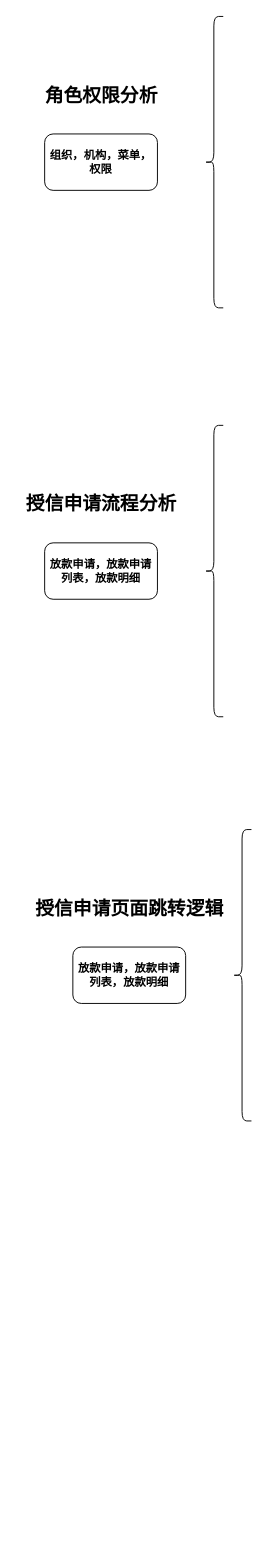
This is 宇信授信系统.drawio from yujiabin-fooler/java-architecture-diagram, a draw.io file, before an edit. Source tidied: cells renumbered, new cells numbered last; positions are measured from the earlier drawing's top-left corner, leaving out a move shared by most shapes. Both pictures are drawn from the tidied source at 94%, with x=0, y=0 at pixel (16, 16).
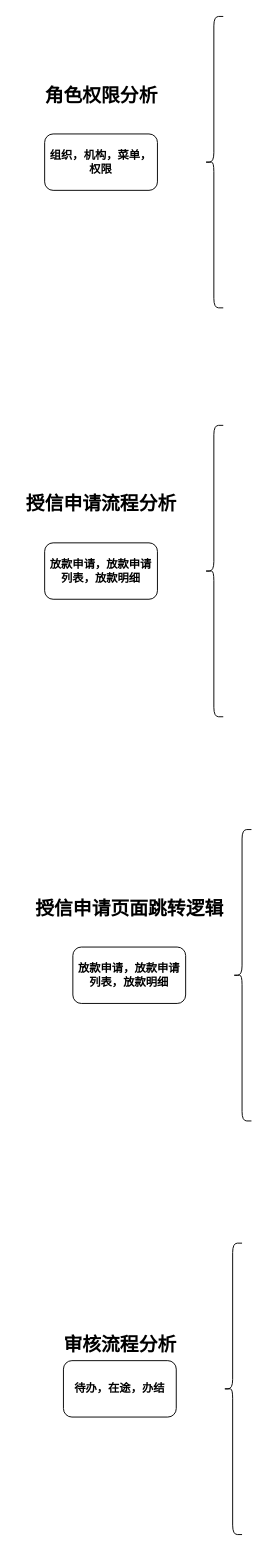
After the change.

Commit message:
更新宇信授信系统.drawio

The edit, as a diff of the source:
```diff
@@
 <mxGraphModel>
   <root>
     <mxCell id="0" />
     <mxCell id="1" parent="0" />
     <mxCell id="2" value="&lt;b&gt;&lt;font style=&quot;font-size: 20px;&quot;&gt;角色权限分析&lt;/font&gt;&lt;/b&gt;&lt;div&gt;&lt;b&gt;&lt;font style=&quot;font-size: 20px;&quot;&gt;&lt;br&gt;&lt;/font&gt;&lt;/b&gt;&lt;/div&gt;&lt;div&gt;&lt;b&gt;&lt;font style=&quot;font-size: 20px;&quot;&gt;&lt;br&gt;&lt;/font&gt;&lt;/b&gt;&lt;/div&gt;&lt;div&gt;&lt;br&gt;&lt;/div&gt;" style="text;html=1;align=center;verticalAlign=middle;strokeColor=none;fillColor=none;" parent="1" vertex="1">
       <mxGeometry x="20" y="65" width="140" height="100" as="geometry" />
     </mxCell>
     <mxCell id="3" value="&lt;b&gt;组织，机构，菜单，权限&lt;/b&gt;" style="rounded=1;whiteSpace=wrap;html=1;" parent="1" vertex="1">
       <mxGeometry x="30" y="125" width="120" height="60" as="geometry" />
     </mxCell>
     <mxCell id="4" style="shape=curlyBracket;whiteSpace=wrap;html=1;rounded=1;labelPosition=left;verticalLabelPosition=middle;align=right;verticalAlign=middle;" parent="1" vertex="1">
       <mxGeometry x="200" width="20" height="310" as="geometry" />
     </mxCell>
     <mxCell id="5" value="&lt;b&gt;&lt;font style=&quot;font-size: 20px;&quot;&gt;授信申请流程分析&lt;/font&gt;&lt;/b&gt;&lt;div&gt;&lt;b&gt;&lt;font style=&quot;font-size: 20px;&quot;&gt;&lt;br&gt;&lt;/font&gt;&lt;/b&gt;&lt;/div&gt;&lt;div&gt;&lt;b&gt;&lt;font style=&quot;font-size: 20px;&quot;&gt;&lt;br&gt;&lt;/font&gt;&lt;/b&gt;&lt;/div&gt;&lt;div&gt;&lt;br&gt;&lt;/div&gt;" style="text;html=1;align=center;verticalAlign=middle;strokeColor=none;fillColor=none;" parent="1" vertex="1">
       <mxGeometry y="500" width="180" height="100" as="geometry" />
     </mxCell>
     <mxCell id="6" value="&lt;b&gt;放款申请，放款申请列表，放款明细&lt;/b&gt;" style="rounded=1;whiteSpace=wrap;html=1;" parent="1" vertex="1">
       <mxGeometry x="30" y="560" width="120" height="60" as="geometry" />
     </mxCell>
     <mxCell id="7" style="shape=curlyBracket;whiteSpace=wrap;html=1;rounded=1;labelPosition=left;verticalLabelPosition=middle;align=right;verticalAlign=middle;" parent="1" vertex="1">
       <mxGeometry x="200" y="435" width="20" height="310" as="geometry" />
     </mxCell>
     <mxCell id="8" value="&lt;b&gt;&lt;font style=&quot;font-size: 20px;&quot;&gt;授信申请页面跳转逻辑&lt;/font&gt;&lt;/b&gt;&lt;div&gt;&lt;b&gt;&lt;font style=&quot;font-size: 20px;&quot;&gt;&lt;br&gt;&lt;/font&gt;&lt;/b&gt;&lt;/div&gt;&lt;div&gt;&lt;b&gt;&lt;font style=&quot;font-size: 20px;&quot;&gt;&lt;br&gt;&lt;/font&gt;&lt;/b&gt;&lt;/div&gt;&lt;div&gt;&lt;br&gt;&lt;/div&gt;" style="text;html=1;align=center;verticalAlign=middle;strokeColor=none;fillColor=none;" parent="1" vertex="1">
       <mxGeometry x="10" y="930" width="220" height="100" as="geometry" />
     </mxCell>
     <mxCell id="9" value="&lt;b&gt;放款申请，放款申请列表，放款明细&lt;/b&gt;" style="rounded=1;whiteSpace=wrap;html=1;" parent="1" vertex="1">
       <mxGeometry x="60" y="990" width="120" height="60" as="geometry" />
     </mxCell>
     <mxCell id="10" style="shape=curlyBracket;whiteSpace=wrap;html=1;rounded=1;labelPosition=left;verticalLabelPosition=middle;align=right;verticalAlign=middle;" parent="1" vertex="1">
       <mxGeometry x="230" y="865" width="20" height="310" as="geometry" />
     </mxCell>
+    <mxCell id="11" value="&lt;div&gt;&lt;b&gt;&lt;font style=&quot;font-size: 20px;&quot;&gt;审核流程分析&lt;/font&gt;&lt;/b&gt;&lt;/div&gt;&lt;div&gt;&lt;br&gt;&lt;/div&gt;" style="text;html=1;align=center;verticalAlign=middle;strokeColor=none;fillColor=none;" parent="1" vertex="1">
+      <mxGeometry x="40" y="1395" width="140" height="50" as="geometry" />
+    </mxCell>
+    <mxCell id="12" value="&lt;b&gt;待办，在途，办结&lt;/b&gt;" style="rounded=1;whiteSpace=wrap;html=1;" parent="1" vertex="1">
+      <mxGeometry x="50" y="1430" width="120" height="60" as="geometry" />
+    </mxCell>
+    <mxCell id="13" style="shape=curlyBracket;whiteSpace=wrap;html=1;rounded=1;labelPosition=left;verticalLabelPosition=middle;align=right;verticalAlign=middle;" parent="1" vertex="1">
+      <mxGeometry x="220" y="1305" width="20" height="310" as="geometry" />
+    </mxCell>
   </root>
 </mxGraphModel>
```
